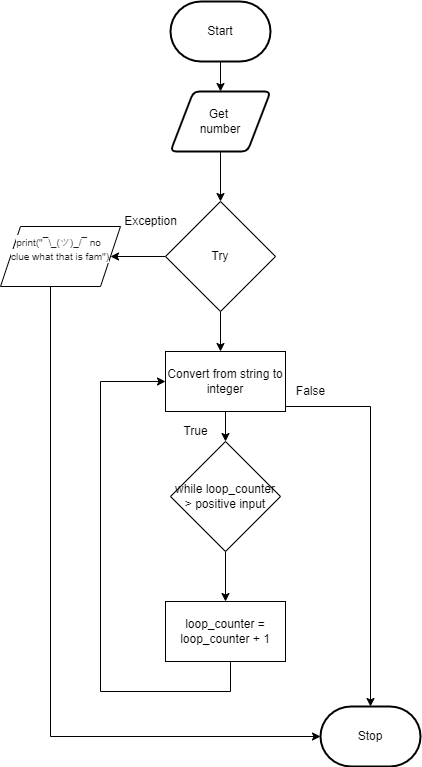
The draw.io diagram flowchart.png in Huzaifa-Khalid-2/ICS3U-Unit4-02-Python, before a commit. Source tidied: cells renumbered, new cells last; positions are measured from the earlier drawing's top-left corner, leaving out a move shared by most shapes.
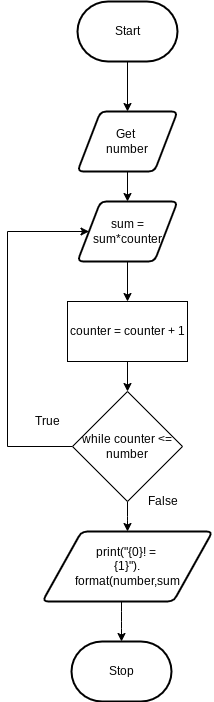
After the commit.

Change to the diagram source:
```diff
@@ -2,85 +2,57 @@
   <root>
     <mxCell id="0" />
     <mxCell id="1" parent="0" />
-    <mxCell id="2" style="edgeStyle=none;html=1;entryX=0.5;entryY=0;entryDx=0;entryDy=0;" parent="1" edge="1" source="3" target="13">
-      <mxGeometry relative="1" as="geometry" />
-    </mxCell>
+    <mxCell id="22" style="edgeStyle=none;html=1;" parent="1" edge="1" source="3" target="26">
+      <mxGeometry relative="1" as="geometry" />
+    </mxCell>
     <mxCell id="3" value="Get &lt;br&gt;number" style="shape=parallelogram;html=1;strokeWidth=2;perimeter=parallelogramPerimeter;whiteSpace=wrap;rounded=1;arcSize=12;size=0.23;" parent="1" vertex="1">
-      <mxGeometry x="170" y="90" width="100" height="60" as="geometry" />
+      <mxGeometry x="170" y="20" width="100" height="60" as="geometry" />
     </mxCell>
     <mxCell id="4" value="Stop" style="strokeWidth=2;html=1;shape=mxgraph.flowchart.terminator;whiteSpace=wrap;" parent="1" vertex="1">
-      <mxGeometry x="320" y="705" width="100" height="60" as="geometry" />
+      <mxGeometry x="164" y="550" width="100" height="60" as="geometry" />
     </mxCell>
-    <mxCell id="5" style="edgeStyle=elbowEdgeStyle;html=1;elbow=vertical;entryX=0.5;entryY=0;entryDx=0;entryDy=0;rounded=0;exitX=1;exitY=0.5;exitDx=0;exitDy=0;entryPerimeter=0;" parent="1" edge="1" target="4">
-      <mxGeometry relative="1" as="geometry">
-        <mxPoint x="275" y="405" as="sourcePoint" />
-        <Array as="points">
-          <mxPoint x="320" y="405" />
-        </Array>
-      </mxGeometry>
-    </mxCell>
-    <mxCell id="6" value="&lt;span&gt;loop_counter = loop_counter + 1&lt;br&gt;&lt;/span&gt;" style="rounded=0;whiteSpace=wrap;html=1;" parent="1" vertex="1">
-      <mxGeometry x="165" y="600" width="120" height="60" as="geometry" />
-    </mxCell>
-    <mxCell id="7" style="edgeStyle=orthogonalEdgeStyle;rounded=0;html=1;entryX=0;entryY=0.5;entryDx=0;entryDy=0;" parent="1" edge="1" target="15">
-      <mxGeometry relative="1" as="geometry">
-        <mxPoint x="220" y="660" as="sourcePoint" />
-        <Array as="points">
-          <mxPoint x="230" y="660" />
-          <mxPoint x="230" y="690" />
-          <mxPoint x="100" y="690" />
-          <mxPoint x="100" y="380" />
-        </Array>
-      </mxGeometry>
-    </mxCell>
-    <mxCell id="8" value="False" style="text;html=1;align=center;verticalAlign=middle;strokeColor=none;fillColor=none;" parent="1" vertex="1">
-      <mxGeometry x="285" y="380" width="50" height="20" as="geometry" />
-    </mxCell>
     <mxCell id="9" style="edgeStyle=none;html=1;entryX=0.5;entryY=0;entryDx=0;entryDy=0;" parent="1" edge="1" source="10" target="3">
       <mxGeometry relative="1" as="geometry" />
     </mxCell>
     <mxCell id="10" value="Start" style="strokeWidth=2;html=1;shape=mxgraph.flowchart.terminator;whiteSpace=wrap;" parent="1" vertex="1">
-      <mxGeometry x="170" width="100" height="60" as="geometry" />
+      <mxGeometry x="170" y="-90" width="100" height="60" as="geometry" />
     </mxCell>
-    <mxCell id="11" style="edgeStyle=none;html=1;entryX=0.5;entryY=0;entryDx=0;entryDy=0;" parent="1" edge="1" source="13">
-      <mxGeometry relative="1" as="geometry">
-        <mxPoint x="220" y="350" as="targetPoint" />
-      </mxGeometry>
-    </mxCell>
-    <mxCell id="12" style="edgeStyle=orthogonalEdgeStyle;rounded=0;html=1;" parent="1" edge="1" source="13" target="20">
-      <mxGeometry relative="1" as="geometry" />
-    </mxCell>
-    <mxCell id="13" value="Try" style="rhombus;whiteSpace=wrap;html=1;" parent="1" vertex="1">
-      <mxGeometry x="165" y="200" width="110" height="110" as="geometry" />
-    </mxCell>
-    <mxCell id="14" style="edgeStyle=none;html=1;" parent="1" edge="1" source="15" target="17">
-      <mxGeometry relative="1" as="geometry" />
-    </mxCell>
-    <mxCell id="15" value="&lt;span&gt;Convert from string to integer&lt;br&gt;&lt;/span&gt;" style="rounded=0;whiteSpace=wrap;html=1;" parent="1" vertex="1">
-      <mxGeometry x="165" y="350" width="120" height="60" as="geometry" />
-    </mxCell>
-    <mxCell id="16" style="edgeStyle=none;html=1;" parent="1" edge="1" source="17" target="6">
-      <mxGeometry relative="1" as="geometry" />
-    </mxCell>
+    <mxCell id="23" style="edgeStyle=elbowEdgeStyle;html=1;" parent="1" edge="1" source="17" target="30">
+      <mxGeometry relative="1" as="geometry" />
+    </mxCell>
+    <mxCell id="24" style="edgeStyle=elbowEdgeStyle;html=1;rounded=0;entryX=0;entryY=0.5;entryDx=0;entryDy=0;" parent="1" edge="1" source="17" target="26">
+      <mxGeometry relative="1" as="geometry">
+        <Array as="points">
+          <mxPoint x="100" y="190" />
+        </Array>
+      </mxGeometry>
+    </mxCell>
-    <mxCell id="17" value="while loop_counter &amp;gt; positive input" style="rhombus;whiteSpace=wrap;html=1;" parent="1" vertex="1">
-      <mxGeometry x="170" y="440" width="110" height="110" as="geometry" />
+    <mxCell id="17" value="while counter &amp;lt;= number" style="rhombus;whiteSpace=wrap;html=1;" parent="1" vertex="1">
+      <mxGeometry x="165" y="300" width="110" height="110" as="geometry" />
     </mxCell>
+    <mxCell id="25" style="edgeStyle=none;html=1;entryX=0.5;entryY=0;entryDx=0;entryDy=0;" parent="1" edge="1" source="26" target="28">
+      <mxGeometry relative="1" as="geometry" />
+    </mxCell>
+    <mxCell id="26" value="sum = sum*counter" style="shape=parallelogram;html=1;strokeWidth=2;perimeter=parallelogramPerimeter;whiteSpace=wrap;rounded=1;arcSize=12;size=0.23;" parent="1" vertex="1">
+      <mxGeometry x="170" y="110" width="100" height="60" as="geometry" />
+    </mxCell>
+    <mxCell id="27" style="edgeStyle=none;html=1;" parent="1" edge="1" source="28" target="17">
+      <mxGeometry relative="1" as="geometry" />
+    </mxCell>
+    <mxCell id="28" value="&lt;span&gt;counter = counter + 1&lt;br&gt;&lt;/span&gt;" style="rounded=0;whiteSpace=wrap;html=1;" parent="1" vertex="1">
+      <mxGeometry x="160" y="210" width="120" height="60" as="geometry" />
+    </mxCell>
+    <mxCell id="29" style="edgeStyle=elbowEdgeStyle;html=1;" parent="1" edge="1" source="30" target="4">
+      <mxGeometry relative="1" as="geometry" />
+    </mxCell>
+    <mxCell id="30" value="print(&quot;{0}! = &lt;br&gt;{1}&quot;).&lt;br&gt;format(number,sum" style="shape=parallelogram;html=1;strokeWidth=2;perimeter=parallelogramPerimeter;whiteSpace=wrap;rounded=1;arcSize=12;size=0.23;" parent="1" vertex="1">
+      <mxGeometry x="135" y="440" width="170" height="70" as="geometry" />
+    </mxCell>
     <mxCell id="18" value="True" style="text;html=1;align=center;verticalAlign=middle;strokeColor=none;fillColor=none;" parent="1" vertex="1">
-      <mxGeometry x="175" y="420" width="40" height="20" as="geometry" />
+      <mxGeometry x="120" y="320" width="40" height="20" as="geometry" />
     </mxCell>
-    <mxCell id="19" style="edgeStyle=elbowEdgeStyle;rounded=0;html=1;fontSize=10;entryX=0;entryY=0.5;entryDx=0;entryDy=0;entryPerimeter=0;" parent="1" edge="1" source="20" target="4">
-      <mxGeometry relative="1" as="geometry">
-        <Array as="points">
-          <mxPoint x="50" y="310" />
-          <mxPoint x="60" y="350" />
-        </Array>
-      </mxGeometry>
-    </mxCell>
-    <mxCell id="20" value="&lt;span id=&quot;docs-internal-guid-19b71a2f-7fff-7871-aa85-9836926f7299&quot;&gt;&lt;span style=&quot;font-family: &amp;#34;arial&amp;#34; ; color: rgb(32 , 33 , 36) ; background-color: rgb(255 , 255 , 255) ; vertical-align: baseline&quot;&gt;&lt;font style=&quot;font-size: 10px&quot;&gt;print(&quot;¯\_(ツ)_/¯ no &lt;br&gt;clue what that is fam&quot;)&lt;br&gt;&lt;br&gt;&lt;/font&gt;&lt;/span&gt;&lt;/span&gt;" style="shape=parallelogram;perimeter=parallelogramPerimeter;whiteSpace=wrap;html=1;fixedSize=1;" parent="1" vertex="1">
-      <mxGeometry y="225" width="120" height="60" as="geometry" />
-    </mxCell>
-    <mxCell id="21" value="Exception" style="text;html=1;align=center;verticalAlign=middle;strokeColor=none;fillColor=none;" parent="1" vertex="1">
-      <mxGeometry x="115" y="210" width="70" height="20" as="geometry" />
-    </mxCell>
+    <mxCell id="8" value="False" style="text;html=1;align=center;verticalAlign=middle;strokeColor=none;fillColor=none;" parent="1" vertex="1">
+      <mxGeometry x="230" y="400" width="50" height="20" as="geometry" />
+    </mxCell>
   </root>
 </mxGraphModel>
```
